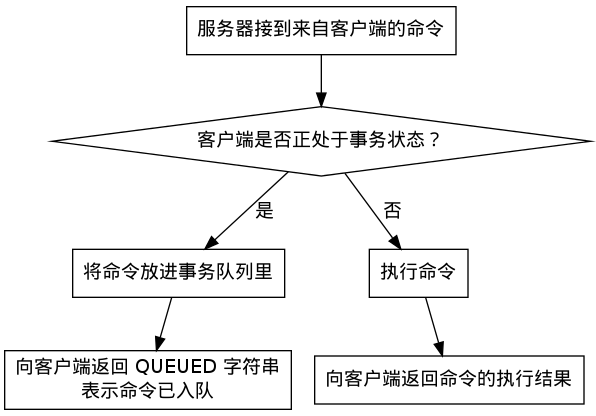
Earlier version of the Graphviz export feature/image/enqueue.png (huangzworks/redisbook). Its source is kept beside it as feature/image/enqueue.dot.
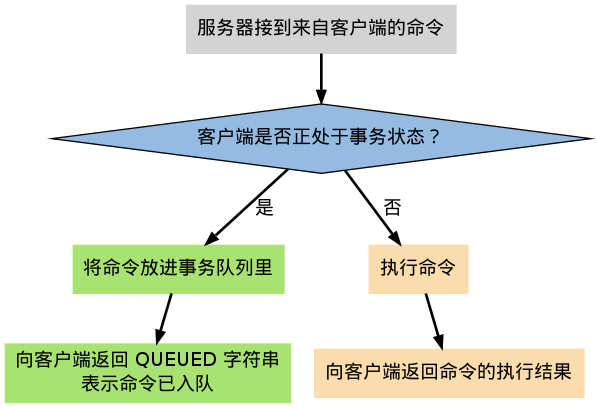
Above is the later version.

The edit, as a diff of the source:
```diff
@@ -1,18 +1,20 @@
 digraph enqueue {
 
-    node [shape = record];
+    node [shape = plaintext, style = filled];
+
+    edge [style = bold];
 
     command_in [label = "服务器接到来自客户端的命令"];
 
-    in_transaction_or_not [label = "客户端是否正处于事务状态？", shape = diamond];
+    in_transaction_or_not [label = "客户端是否正处于事务状态？", shape = diamond, fillcolor = "#95BBE3"];
 
-    enqueu_command [label = "将命令放进事务队列里"];
+    enqueu_command [label = "将命令放进事务队列里", fillcolor = "#A8E270"];
 
-    return_enqueued [label = "向客户端返回 QUEUED 字符串\n表示命令已入队"];
+    return_enqueued [label = "向客户端返回 QUEUED 字符串\n表示命令已入队", fillcolor = "#A8E270"];
 
-    exec_command [label = "执行命令"];
+    exec_command [label = "执行命令", fillcolor = "#FADCAD"];
 
-    return_command_result [label = "向客户端返回命令的执行结果"];
+    return_command_result [label = "向客户端返回命令的执行结果", fillcolor = "#FADCAD"];
 
 
     command_in -> in_transaction_or_not;
```
